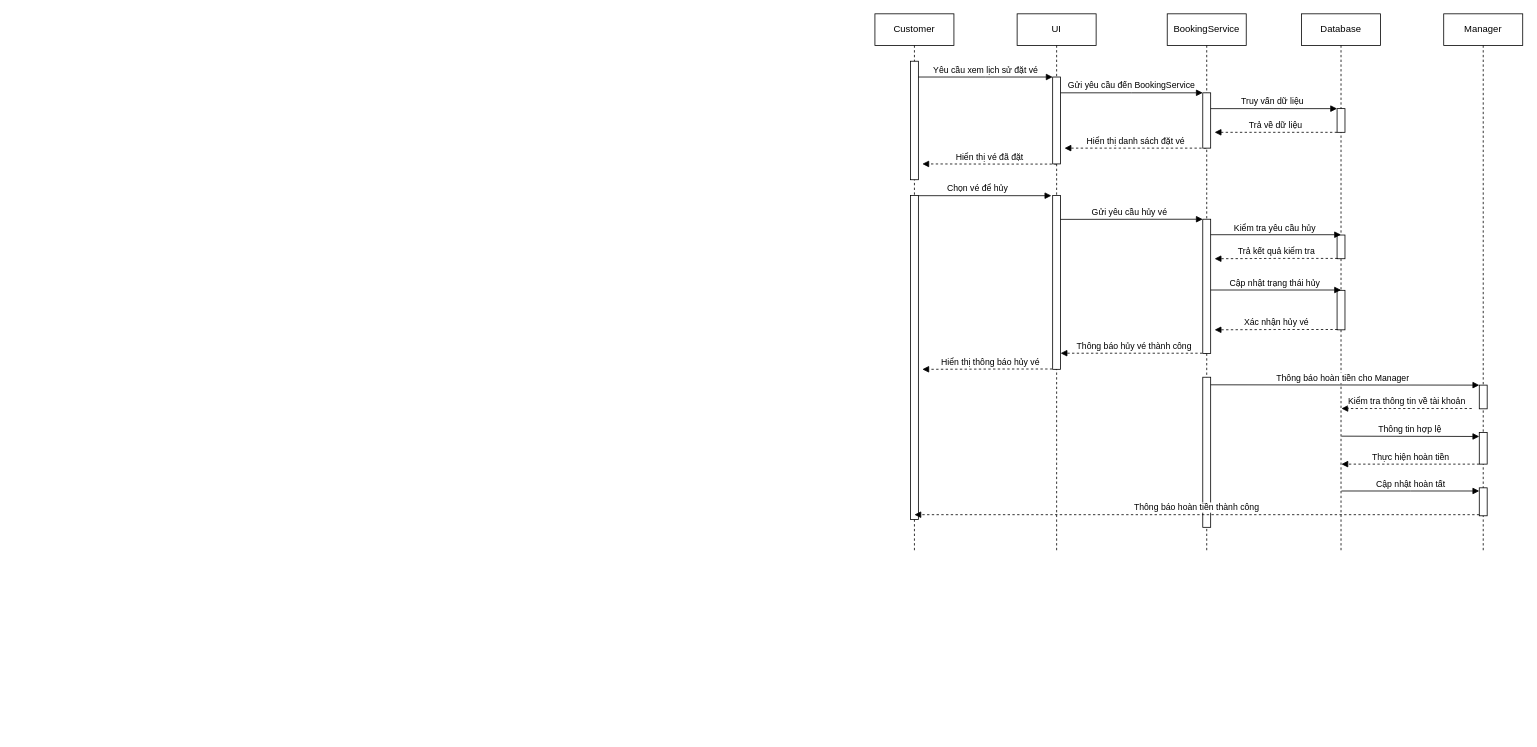
Before: Sequence.drawio in anhquan1111/PBL3, a draw.io diagram. Source tidied: cells renumbered, new cells numbered last; positions are measured from the earlier drawing's top-left corner, leaving out a move shared by most shapes. Both pictures are drawn from the tidied source at 79%, with x=0, y=0 at pixel (875, 13).
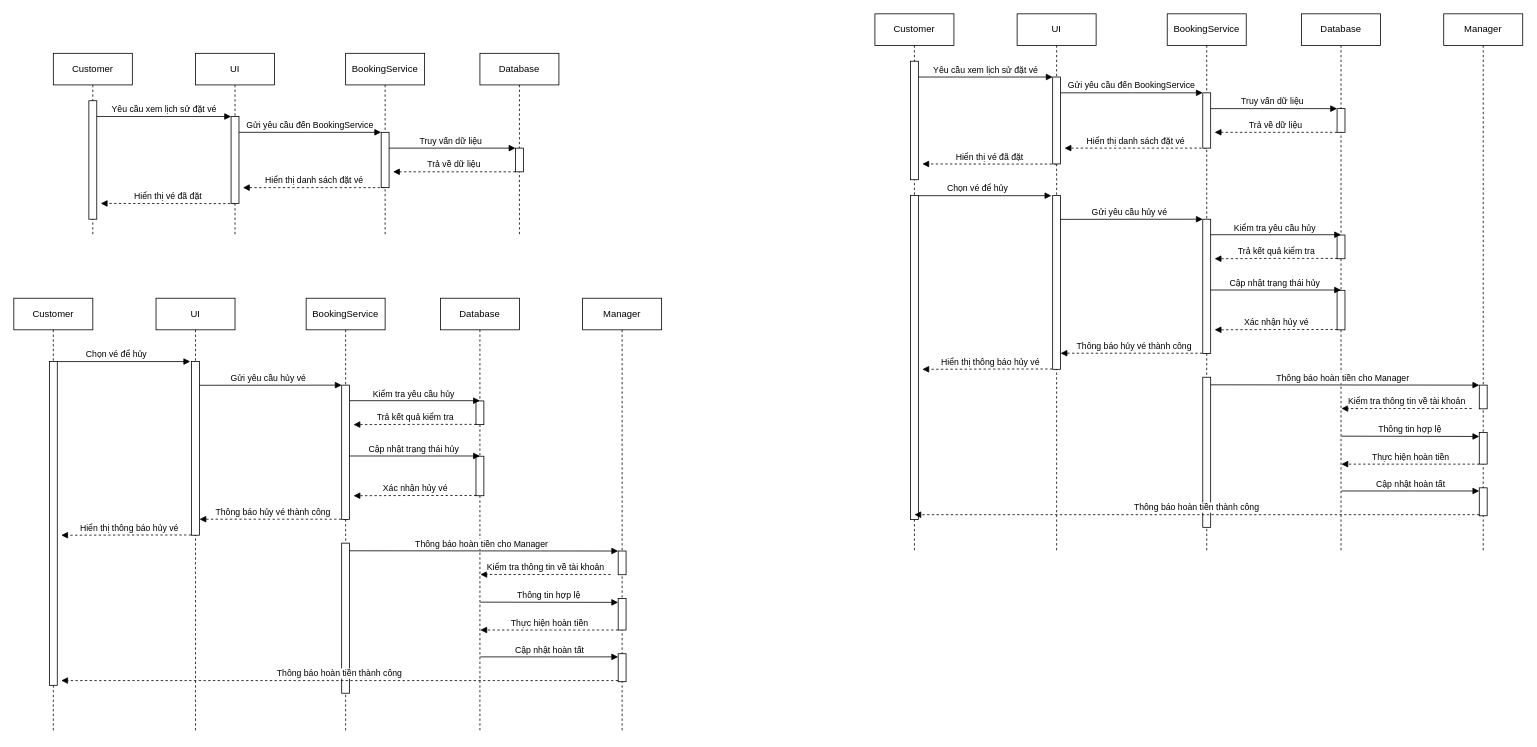
The same page after the edit.

Commit message:
Cập nhật Sequence.drawio

Diff of the diagram source:
```diff
@@
+    <mxCell id="40" value="Customer" style="shape=umlLifeline;perimeter=lifelinePerimeter;whiteSpace=wrap;html=1;newEdgeStyle={&quot;edgeStyle&quot;:&quot;elbowEdgeStyle&quot;,&quot;elbow&quot;:&quot;vertical&quot;,&quot;curved&quot;:0,&quot;rounded&quot;:0};" parent="1" vertex="1">
+      <mxGeometry x="-1040" y="50" width="100" height="230" as="geometry" />
+    </mxCell>
+    <mxCell id="41" style="html=1;perimeter=orthogonalPerimeter;targetShapes=umlLifeline;newEdgeStyle={&quot;edgeStyle&quot;:&quot;elbowEdgeStyle&quot;,&quot;elbow&quot;:&quot;vertical&quot;,&quot;curved&quot;:0,&quot;rounded&quot;:0};" parent="40" vertex="1">
+      <mxGeometry x="45" y="60" width="10" height="150" as="geometry" />
+    </mxCell>
+    <mxCell id="42" value="Yêu cầu xem lịch sử đặt vé" style="html=1;verticalAlign=bottom;endArrow=block;edgeStyle=elbowEdgeStyle;elbow=vertical;curved=0;rounded=0;" parent="1" edge="1" target="51">
+      <mxGeometry relative="1" as="geometry">
+        <mxPoint x="-985" y="130" as="sourcePoint" />
+        <Array as="points">
+          <mxPoint x="-900" y="130" />
+        </Array>
+      </mxGeometry>
+    </mxCell>
+    <mxCell id="43" value="&amp;nbsp;Gửi yêu cầu đến BookingService" style="html=1;verticalAlign=bottom;endArrow=block;edgeStyle=elbowEdgeStyle;elbow=vertical;curved=0;rounded=0;" parent="1" edge="1" source="50" target="53">
+      <mxGeometry relative="1" as="geometry">
+        <Array as="points">
+          <mxPoint x="-715" y="150" />
+        </Array>
+      </mxGeometry>
+    </mxCell>
+    <mxCell id="44" value="Database" style="shape=umlLifeline;perimeter=lifelinePerimeter;whiteSpace=wrap;html=1;newEdgeStyle={&quot;edgeStyle&quot;:&quot;elbowEdgeStyle&quot;,&quot;elbow&quot;:&quot;vertical&quot;,&quot;curved&quot;:0,&quot;rounded&quot;:0};" parent="1" vertex="1">
+      <mxGeometry x="-500" y="50" width="100" height="230" as="geometry" />
+    </mxCell>
+    <mxCell id="45" style="html=1;points=[];perimeter=orthogonalPerimeter;outlineConnect=0;targetShapes=umlLifeline;portConstraint=eastwest;newEdgeStyle={&quot;edgeStyle&quot;:&quot;elbowEdgeStyle&quot;,&quot;elbow&quot;:&quot;vertical&quot;,&quot;curved&quot;:0,&quot;rounded&quot;:0};" parent="44" vertex="1">
+      <mxGeometry x="45" y="120" width="10" height="30" as="geometry" />
+    </mxCell>
+    <mxCell id="46" value="Truy vấn dữ liệu" style="html=1;verticalAlign=bottom;endArrow=block;edgeStyle=elbowEdgeStyle;elbow=vertical;curved=0;rounded=0;" parent="1" edge="1" target="45">
+      <mxGeometry relative="1" as="geometry">
+        <mxPoint x="-620" y="170" as="sourcePoint" />
+        <Array as="points">
+          <mxPoint x="-535" y="170" />
+        </Array>
+      </mxGeometry>
+    </mxCell>
+    <mxCell id="47" value="Trả về dữ liệu" style="html=1;verticalAlign=bottom;endArrow=block;edgeStyle=elbowEdgeStyle;elbow=horizontal;curved=0;rounded=0;dashed=1;" parent="1" edge="1">
+      <mxGeometry relative="1" as="geometry">
+        <mxPoint x="-455" y="200" as="sourcePoint" />
+        <mxPoint x="-610" y="200" as="targetPoint" />
+        <Array as="points">
+          <mxPoint x="-530" y="200" />
+        </Array>
+      </mxGeometry>
+    </mxCell>
+    <mxCell id="48" value="Hiển thị danh sách đặt vé" style="html=1;verticalAlign=bottom;endArrow=block;edgeStyle=elbowEdgeStyle;elbow=horizontal;curved=0;rounded=0;dashed=1;" parent="1" edge="1">
+      <mxGeometry relative="1" as="geometry">
+        <mxPoint x="-620.5" y="220" as="sourcePoint" />
+        <mxPoint x="-800" y="220" as="targetPoint" />
+        <Array as="points">
+          <mxPoint x="-700" y="220" />
+        </Array>
+      </mxGeometry>
+    </mxCell>
+    <mxCell id="49" value="Hiển thị vé đã đặt" style="html=1;verticalAlign=bottom;endArrow=block;edgeStyle=elbowEdgeStyle;elbow=horizontal;curved=0;rounded=0;dashed=1;" parent="1" edge="1">
+      <mxGeometry relative="1" as="geometry">
+        <mxPoint x="-810" y="240.2" as="sourcePoint" />
+        <mxPoint x="-980" y="240" as="targetPoint" />
+        <Array as="points">
+          <mxPoint x="-879" y="240.2" />
+        </Array>
+      </mxGeometry>
+    </mxCell>
+    <mxCell id="50" value="UI" style="shape=umlLifeline;perimeter=lifelinePerimeter;whiteSpace=wrap;html=1;outlineConnect=0;portConstraint=eastwest;newEdgeStyle={&quot;edgeStyle&quot;:&quot;elbowEdgeStyle&quot;,&quot;elbow&quot;:&quot;vertical&quot;,&quot;curved&quot;:0,&quot;rounded&quot;:0};" parent="1" vertex="1">
+      <mxGeometry x="-860" y="50" width="100" height="230" as="geometry" />
+    </mxCell>
+    <mxCell id="51" style="html=1;points=[];perimeter=orthogonalPerimeter;outlineConnect=0;targetShapes=umlLifeline;portConstraint=eastwest;newEdgeStyle={&quot;edgeStyle&quot;:&quot;elbowEdgeStyle&quot;,&quot;elbow&quot;:&quot;vertical&quot;,&quot;curved&quot;:0,&quot;rounded&quot;:0};" parent="50" vertex="1">
+      <mxGeometry x="45" y="80" width="10" height="110" as="geometry" />
+    </mxCell>
+    <mxCell id="52" value="BookingService" style="shape=umlLifeline;perimeter=lifelinePerimeter;whiteSpace=wrap;html=1;newEdgeStyle={&quot;edgeStyle&quot;:&quot;elbowEdgeStyle&quot;,&quot;elbow&quot;:&quot;vertical&quot;,&quot;curved&quot;:0,&quot;rounded&quot;:0};" parent="1" vertex="1">
+      <mxGeometry x="-670" y="50" width="100" height="230" as="geometry" />
+    </mxCell>
+    <mxCell id="53" style="html=1;points=[];perimeter=orthogonalPerimeter;outlineConnect=0;targetShapes=umlLifeline;portConstraint=eastwest;newEdgeStyle={&quot;edgeStyle&quot;:&quot;elbowEdgeStyle&quot;,&quot;elbow&quot;:&quot;vertical&quot;,&quot;curved&quot;:0,&quot;rounded&quot;:0};" parent="52" vertex="1">
+      <mxGeometry x="45" y="100" width="10" height="70" as="geometry" />
+    </mxCell>
+    <mxCell id="54" value="Customer" style="shape=umlLifeline;perimeter=lifelinePerimeter;whiteSpace=wrap;html=1;newEdgeStyle={&quot;edgeStyle&quot;:&quot;elbowEdgeStyle&quot;,&quot;elbow&quot;:&quot;vertical&quot;,&quot;curved&quot;:0,&quot;rounded&quot;:0};" parent="1" vertex="1">
+      <mxGeometry x="-1090" y="360" width="100" height="550" as="geometry" />
+    </mxCell>
+    <mxCell id="55" value="Database" style="shape=umlLifeline;perimeter=lifelinePerimeter;whiteSpace=wrap;html=1;newEdgeStyle={&quot;edgeStyle&quot;:&quot;elbowEdgeStyle&quot;,&quot;elbow&quot;:&quot;vertical&quot;,&quot;curved&quot;:0,&quot;rounded&quot;:0};" parent="1" vertex="1">
+      <mxGeometry x="-550" y="360" width="100" height="550" as="geometry" />
+    </mxCell>
+    <mxCell id="56" value="Manager" style="shape=umlLifeline;perimeter=lifelinePerimeter;whiteSpace=wrap;html=1;newEdgeStyle={&quot;edgeStyle&quot;:&quot;elbowEdgeStyle&quot;,&quot;elbow&quot;:&quot;vertical&quot;,&quot;curved&quot;:0,&quot;rounded&quot;:0};" parent="1" vertex="1">
+      <mxGeometry x="-370" y="360" width="100" height="550" as="geometry" />
+    </mxCell>
+    <mxCell id="57" value="UI" style="shape=umlLifeline;perimeter=lifelinePerimeter;whiteSpace=wrap;html=1;newEdgeStyle={&quot;edgeStyle&quot;:&quot;elbowEdgeStyle&quot;,&quot;elbow&quot;:&quot;vertical&quot;,&quot;curved&quot;:0,&quot;rounded&quot;:0};" parent="1" vertex="1">
+      <mxGeometry x="-910" y="360" width="100" height="550" as="geometry" />
+    </mxCell>
+    <mxCell id="58" value="BookingService" style="shape=umlLifeline;perimeter=lifelinePerimeter;whiteSpace=wrap;html=1;newEdgeStyle={&quot;edgeStyle&quot;:&quot;elbowEdgeStyle&quot;,&quot;elbow&quot;:&quot;vertical&quot;,&quot;curved&quot;:0,&quot;rounded&quot;:0};" parent="1" vertex="1">
+      <mxGeometry x="-720" y="360" width="100" height="550" as="geometry" />
+    </mxCell>
+    <mxCell id="59" style="html=1;points=[];perimeter=orthogonalPerimeter;outlineConnect=0;targetShapes=umlLifeline;portConstraint=eastwest;newEdgeStyle={&quot;edgeStyle&quot;:&quot;elbowEdgeStyle&quot;,&quot;elbow&quot;:&quot;vertical&quot;,&quot;curved&quot;:0,&quot;rounded&quot;:0};" parent="1" vertex="1">
+      <mxGeometry x="-1045" y="440" width="10" height="410" as="geometry" />
+    </mxCell>
+    <mxCell id="60" style="html=1;perimeter=orthogonalPerimeter;targetShapes=umlLifeline;newEdgeStyle={&quot;edgeStyle&quot;:&quot;elbowEdgeStyle&quot;,&quot;elbow&quot;:&quot;vertical&quot;,&quot;curved&quot;:0,&quot;rounded&quot;:0};" parent="1" vertex="1">
+      <mxGeometry x="-505" y="490" width="10" height="30" as="geometry" />
+    </mxCell>
+    <mxCell id="61" style="html=1;points=[];perimeter=orthogonalPerimeter;outlineConnect=0;targetShapes=umlLifeline;portConstraint=eastwest;newEdgeStyle={&quot;edgeStyle&quot;:&quot;elbowEdgeStyle&quot;,&quot;elbow&quot;:&quot;vertical&quot;,&quot;curved&quot;:0,&quot;rounded&quot;:0};" parent="1" vertex="1">
+      <mxGeometry x="-505" y="560" width="10" height="50" as="geometry" />
+    </mxCell>
+    <mxCell id="62" style="html=1;points=[];perimeter=orthogonalPerimeter;outlineConnect=0;targetShapes=umlLifeline;portConstraint=eastwest;newEdgeStyle={&quot;edgeStyle&quot;:&quot;elbowEdgeStyle&quot;,&quot;elbow&quot;:&quot;vertical&quot;,&quot;curved&quot;:0,&quot;rounded&quot;:0};" parent="1" vertex="1">
+      <mxGeometry x="-325" y="680" width="10" height="30" as="geometry" />
+    </mxCell>
+    <mxCell id="63" style="html=1;points=[];perimeter=orthogonalPerimeter;outlineConnect=0;targetShapes=umlLifeline;portConstraint=eastwest;newEdgeStyle={&quot;edgeStyle&quot;:&quot;elbowEdgeStyle&quot;,&quot;elbow&quot;:&quot;vertical&quot;,&quot;curved&quot;:0,&quot;rounded&quot;:0};" parent="1" vertex="1">
+      <mxGeometry x="-325" y="740" width="10" height="40" as="geometry" />
+    </mxCell>
+    <mxCell id="64" value="Chọn vé để hủy&lt;span style=&quot;white-space: pre;&quot;&gt;&#9;&lt;/span&gt;" style="html=1;verticalAlign=bottom;endArrow=block;edgeStyle=elbowEdgeStyle;elbow=vertical;curved=0;rounded=0;entryX=-0.167;entryY=0.005;entryDx=0;entryDy=0;entryPerimeter=0;" parent="1" edge="1" source="59" target="77">
+      <mxGeometry relative="1" as="geometry">
+        <Array as="points">
+          <mxPoint x="-945" y="440.2" />
+        </Array>
+      </mxGeometry>
+    </mxCell>
+    <mxCell id="65" value="Gửi yêu cầu hủy vé" style="html=1;verticalAlign=bottom;endArrow=block;edgeStyle=elbowEdgeStyle;elbow=vertical;curved=0;rounded=0;" parent="1" edge="1" target="78">
+      <mxGeometry relative="1" as="geometry">
+        <mxPoint x="-859.5" y="470.2" as="sourcePoint" />
+        <Array as="points">
+          <mxPoint x="-670" y="470" />
+        </Array>
+      </mxGeometry>
+    </mxCell>
+    <mxCell id="66" value="Kiểm tra yêu cầu hủy" style="html=1;verticalAlign=bottom;endArrow=block;edgeStyle=elbowEdgeStyle;elbow=vertical;curved=0;rounded=0;" parent="1" edge="1">
+      <mxGeometry relative="1" as="geometry">
+        <mxPoint x="-669.5" y="489.7" as="sourcePoint" />
+        <mxPoint x="-500" y="490" as="targetPoint" />
+        <Array as="points">
+          <mxPoint x="-584.5" y="489.7" />
+        </Array>
+      </mxGeometry>
+    </mxCell>
+    <mxCell id="67" value="Trả kết quả kiểm tra" style="html=1;verticalAlign=bottom;endArrow=block;edgeStyle=elbowEdgeStyle;elbow=horizontal;curved=0;rounded=0;dashed=1;" parent="1" edge="1">
+      <mxGeometry relative="1" as="geometry">
+        <mxPoint x="-504.5" y="519.7" as="sourcePoint" />
+        <mxPoint x="-660" y="520" as="targetPoint" />
+        <Array as="points">
+          <mxPoint x="-579.5" y="519.7" />
+        </Array>
+      </mxGeometry>
+    </mxCell>
+    <mxCell id="68" value="Cập nhật trạng thái hủy" style="html=1;verticalAlign=bottom;endArrow=block;edgeStyle=elbowEdgeStyle;elbow=vertical;curved=0;rounded=0;" parent="1" edge="1" target="61">
+      <mxGeometry relative="1" as="geometry">
+        <mxPoint x="-669.5" y="559.7" as="sourcePoint" />
+        <Array as="points">
+          <mxPoint x="-584.5" y="559.7" />
+        </Array>
+      </mxGeometry>
+    </mxCell>
+    <mxCell id="69" value="Xác nhận hủy vé" style="html=1;verticalAlign=bottom;endArrow=block;edgeStyle=elbowEdgeStyle;elbow=horizontal;curved=0;rounded=0;dashed=1;" parent="1" edge="1">
+      <mxGeometry relative="1" as="geometry">
+        <mxPoint x="-504.5" y="609.7" as="sourcePoint" />
+        <mxPoint x="-660" y="610" as="targetPoint" />
+        <Array as="points">
+          <mxPoint x="-579.5" y="609.7" />
+        </Array>
+      </mxGeometry>
+    </mxCell>
+    <mxCell id="70" value="Kiểm tra thông tin về tài khoản" style="html=1;verticalAlign=bottom;endArrow=block;edgeStyle=elbowEdgeStyle;elbow=horizontal;curved=0;rounded=0;dashed=1;" parent="1" edge="1">
+      <mxGeometry relative="1" as="geometry">
+        <mxPoint x="-334.5" y="709.7" as="sourcePoint" />
+        <mxPoint x="-499.5" y="709.7" as="targetPoint" />
+        <Array as="points">
+          <mxPoint x="-409.5" y="709.7" />
+        </Array>
+      </mxGeometry>
+    </mxCell>
+    <mxCell id="71" value="Thông báo hủy vé thành công" style="html=1;verticalAlign=bottom;endArrow=block;edgeStyle=elbowEdgeStyle;elbow=horizontal;curved=0;rounded=0;dashed=1;" parent="1" edge="1" target="77">
+      <mxGeometry relative="1" as="geometry">
+        <mxPoint x="-669.5" y="639.7" as="sourcePoint" />
+        <Array as="points">
+          <mxPoint x="-749.5" y="639.7" />
+        </Array>
+      </mxGeometry>
+    </mxCell>
+    <mxCell id="72" value="Hiển thị thông báo hủy vé" style="html=1;verticalAlign=bottom;endArrow=block;edgeStyle=elbowEdgeStyle;elbow=horizontal;curved=0;rounded=0;dashed=1;" parent="1" edge="1">
+      <mxGeometry relative="1" as="geometry">
+        <mxPoint x="-859.5" y="659.7" as="sourcePoint" />
+        <mxPoint x="-1030" y="660" as="targetPoint" />
+        <Array as="points">
+          <mxPoint x="-928.5" y="659.7" />
+        </Array>
+      </mxGeometry>
+    </mxCell>
+    <mxCell id="73" value="Thông báo hoàn tiền cho Manager" style="html=1;verticalAlign=bottom;endArrow=block;edgeStyle=elbowEdgeStyle;elbow=vertical;curved=0;rounded=0;" parent="1" edge="1" target="62">
+      <mxGeometry relative="1" as="geometry">
+        <mxPoint x="-669.5" y="679.7" as="sourcePoint" />
+        <Array as="points">
+          <mxPoint x="-330" y="680" />
+        </Array>
+      </mxGeometry>
+    </mxCell>
+    <mxCell id="74" value="Thông tin hợp lệ" style="html=1;verticalAlign=bottom;endArrow=block;edgeStyle=elbowEdgeStyle;elbow=vertical;curved=0;rounded=0;" parent="1" edge="1" target="63">
+      <mxGeometry relative="1" as="geometry">
+        <mxPoint x="-499.5" y="744.7" as="sourcePoint" />
+        <Array as="points">
+          <mxPoint x="-350" y="745" />
+        </Array>
+      </mxGeometry>
+    </mxCell>
+    <mxCell id="75" value="Thực hiện hoàn tiền" style="html=1;verticalAlign=bottom;endArrow=block;edgeStyle=elbowEdgeStyle;elbow=horizontal;curved=0;rounded=0;dashed=1;" parent="1" edge="1" source="63">
+      <mxGeometry relative="1" as="geometry">
+        <mxPoint x="-499.5" y="780" as="targetPoint" />
+        <Array as="points">
+          <mxPoint x="-409.5" y="780" />
+        </Array>
+      </mxGeometry>
+    </mxCell>
+    <mxCell id="76" style="html=1;points=[];perimeter=orthogonalPerimeter;outlineConnect=0;targetShapes=umlLifeline;portConstraint=eastwest;newEdgeStyle={&quot;edgeStyle&quot;:&quot;elbowEdgeStyle&quot;,&quot;elbow&quot;:&quot;vertical&quot;,&quot;curved&quot;:0,&quot;rounded&quot;:0};" parent="1" vertex="1">
+      <mxGeometry x="-325" y="810" width="10" height="35.4" as="geometry" />
+    </mxCell>
+    <mxCell id="77" style="html=1;points=[];perimeter=orthogonalPerimeter;outlineConnect=0;targetShapes=umlLifeline;portConstraint=eastwest;newEdgeStyle={&quot;edgeStyle&quot;:&quot;elbowEdgeStyle&quot;,&quot;elbow&quot;:&quot;vertical&quot;,&quot;curved&quot;:0,&quot;rounded&quot;:0};" parent="1" vertex="1">
+      <mxGeometry x="-865" y="440" width="10" height="220" as="geometry" />
+    </mxCell>
+    <mxCell id="78" style="html=1;points=[];perimeter=orthogonalPerimeter;outlineConnect=0;targetShapes=umlLifeline;portConstraint=eastwest;newEdgeStyle={&quot;edgeStyle&quot;:&quot;elbowEdgeStyle&quot;,&quot;elbow&quot;:&quot;vertical&quot;,&quot;curved&quot;:0,&quot;rounded&quot;:0};" parent="1" vertex="1">
+      <mxGeometry x="-675" y="470" width="10" height="170" as="geometry" />
+    </mxCell>
+    <mxCell id="79" style="html=1;perimeter=orthogonalPerimeter;targetShapes=umlLifeline;newEdgeStyle={&quot;edgeStyle&quot;:&quot;elbowEdgeStyle&quot;,&quot;elbow&quot;:&quot;vertical&quot;,&quot;curved&quot;:0,&quot;rounded&quot;:0};" parent="1" vertex="1">
+      <mxGeometry x="-675" y="670" width="10" height="190" as="geometry" />
+    </mxCell>
+    <mxCell id="80" value="Thông báo hoàn tiền thành công" style="html=1;verticalAlign=bottom;endArrow=block;edgeStyle=elbowEdgeStyle;elbow=horizontal;curved=0;rounded=0;dashed=1;" parent="1" edge="1" source="76">
+      <mxGeometry relative="1" as="geometry">
+        <mxPoint x="-1030" y="844" as="targetPoint" />
+        <Array as="points">
+          <mxPoint x="-409.5" y="844" />
+        </Array>
+      </mxGeometry>
+    </mxCell>
+    <mxCell id="81" value="Cập nhật hoàn tất" style="html=1;verticalAlign=bottom;endArrow=block;edgeStyle=elbowEdgeStyle;elbow=vertical;curved=0;rounded=0;" parent="1" edge="1" target="76">
+      <mxGeometry relative="1" as="geometry">
+        <mxPoint x="-499.5" y="814" as="sourcePoint" />
+      </mxGeometry>
+    </mxCell>
```
